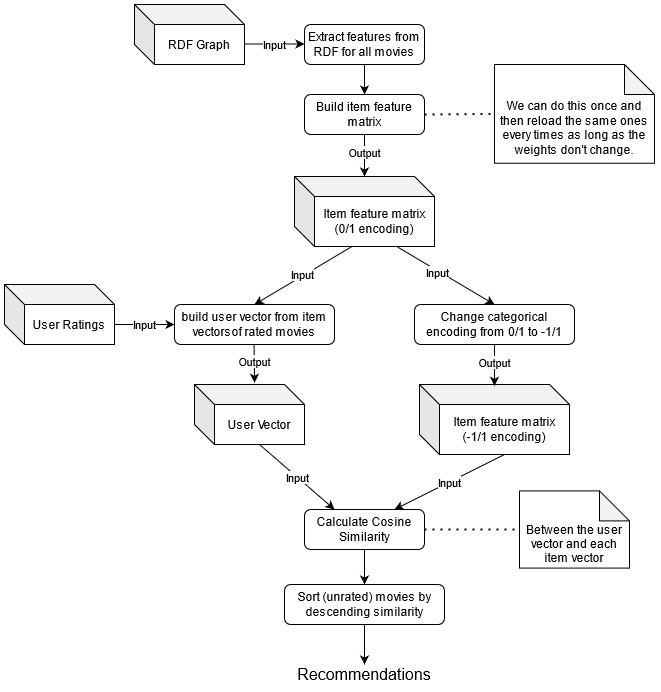
The draw.io diagram MovieRecommender.png in TsiarasKon/MovieRecommender, before a commit. Source tidied: cells renumbered, new cells last; positions are measured from the earlier drawing's top-left corner, leaving out a move shared by most shapes.
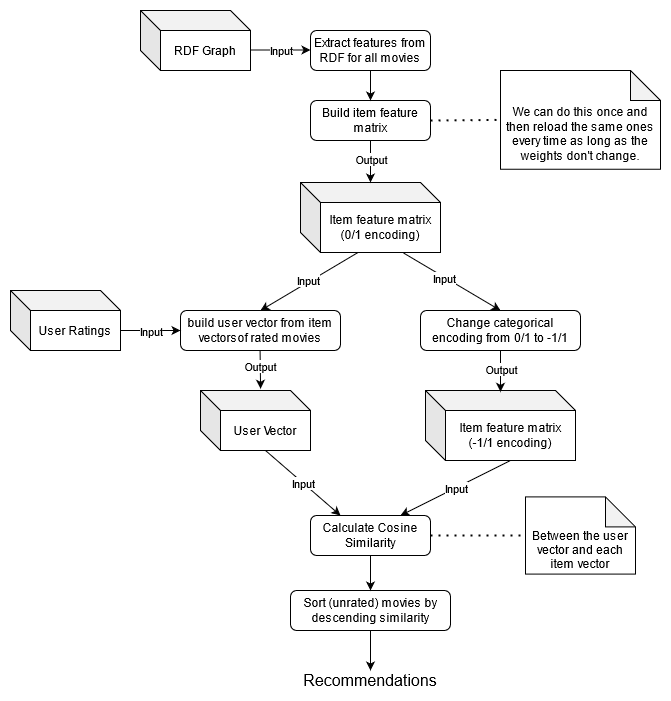
After the commit.

Change to the diagram source:
```diff
@@ -110,7 +110,7 @@
     <mxCell id="31" value="Input" style="edgeLabel;html=1;align=center;verticalAlign=middle;" parent="30" vertex="1">
       <mxGeometry relative="1" as="geometry" />
     </mxCell>
-    <mxCell id="32" value="&lt;div&gt;&lt;br&gt;&lt;/div&gt;&lt;div&gt;&lt;br&gt;&lt;/div&gt;&lt;div&gt;We can do this once and then reload the same ones every times as long as the weights don't change.&lt;/div&gt;" style="shape=note;whiteSpace=wrap;html=1;backgroundOutline=1;darkOpacity=0.05;shadow=0;" parent="1" vertex="1">
+    <mxCell id="32" value="&lt;div&gt;&lt;br&gt;&lt;/div&gt;&lt;div&gt;&lt;br&gt;&lt;/div&gt;&lt;div&gt;We can do this once and then reload the same ones every time as long as the weights don't change.&lt;/div&gt;" style="shape=note;whiteSpace=wrap;html=1;backgroundOutline=1;darkOpacity=0.05;shadow=0;" parent="1" vertex="1">
       <mxGeometry x="490" y="60" width="160" height="98.8" as="geometry" />
     </mxCell>
     <mxCell id="33" value="Sort (unrated) movies by descending similarity" style="rounded=1;whiteSpace=wrap;html=1;fontSize=12;glass=0;strokeWidth=1;shadow=0;" parent="1" vertex="1">
```
